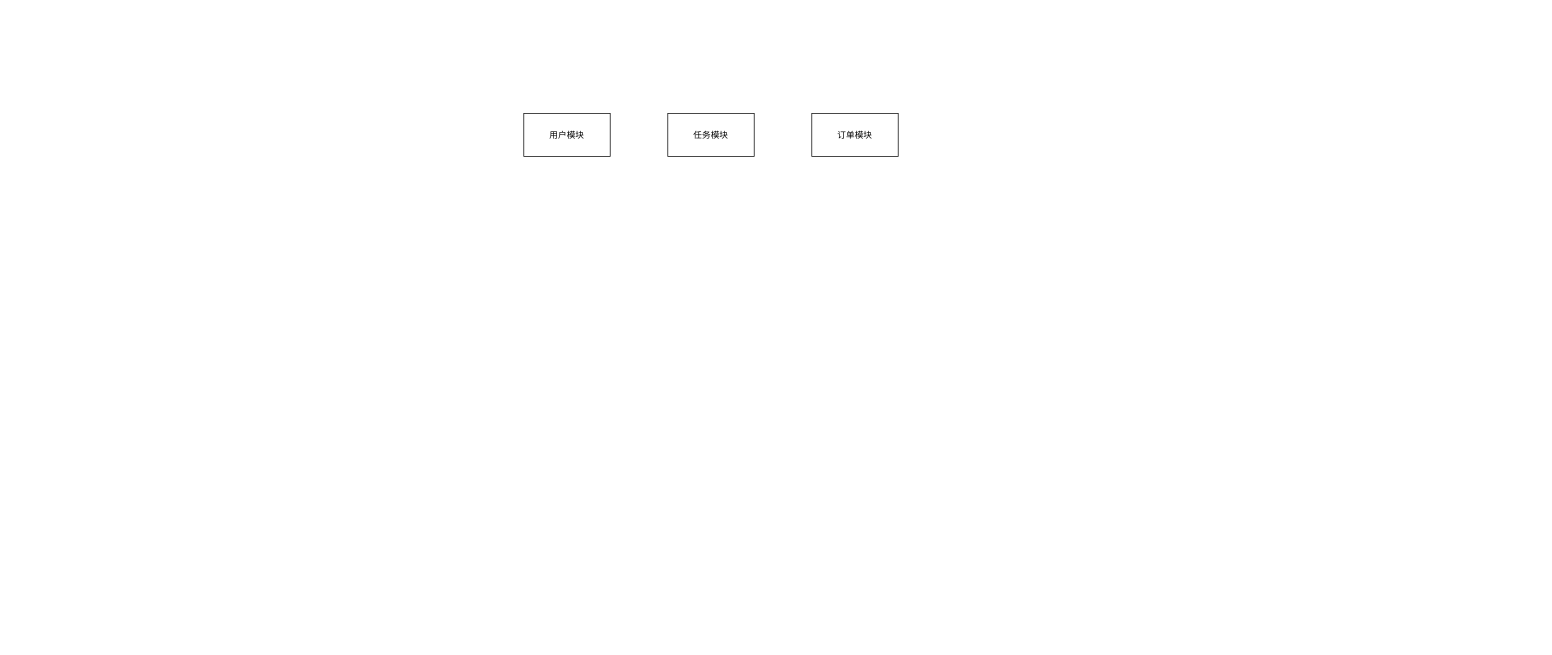
Earlier version of the draw.io diagram 设计师.drawio (zhonggu/drawio). Source tidied: cells renumbered, new cells numbered last; positions are measured from the earlier drawing's top-left corner, leaving out a move shared by most shapes. Both pictures are drawn from the tidied source at 72%, with x=0, y=0 at pixel (523, 113).
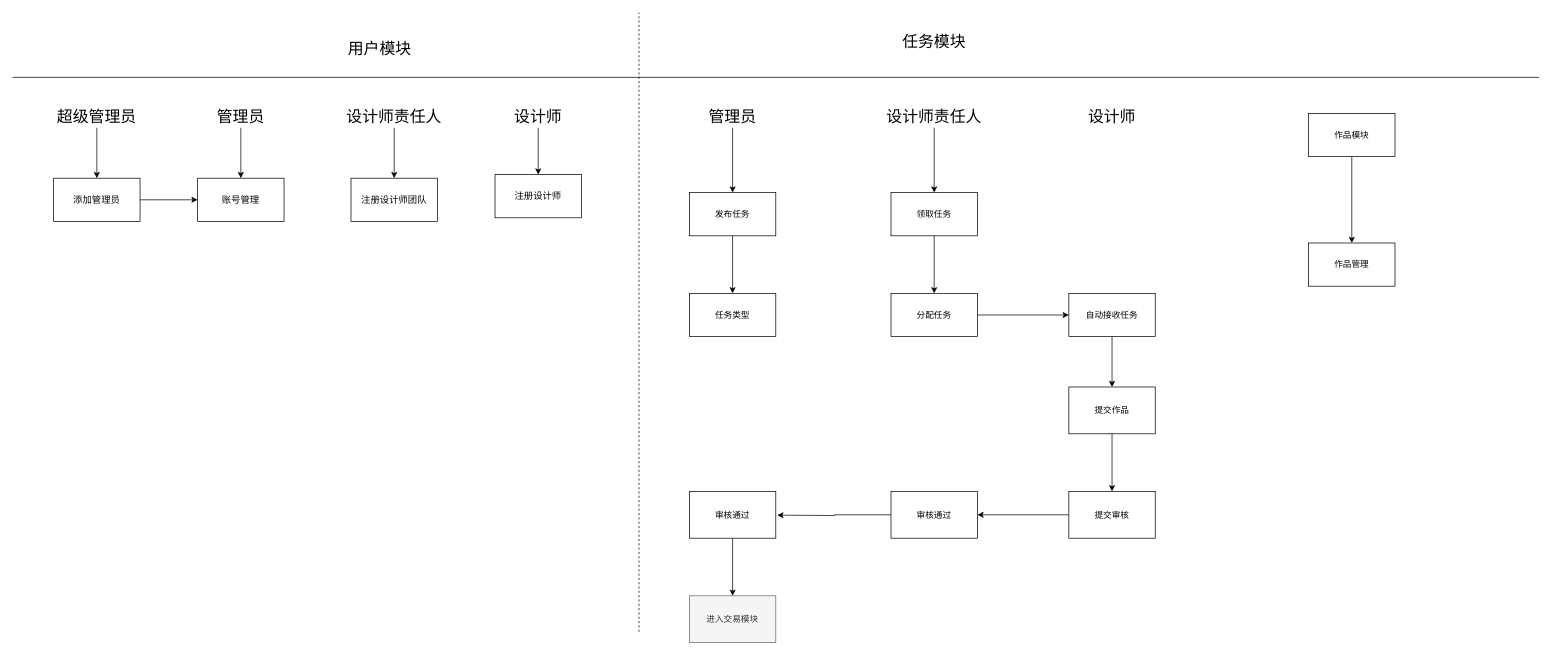
After the change.

Commit message (it also covers changes not shown here):
更新设计师.drawio

Change to the diagram source:
```diff
@@
+    <mxCell id="5" style="edgeStyle=orthogonalEdgeStyle;rounded=0;jettySize=auto;html=1;" parent="1" edge="1" source="4" target="15">
+      <mxGeometry relative="1" as="geometry" />
+    </mxCell>
+    <mxCell id="4" value="作品模块" style="rounded=0;whiteSpace=wrap;html=1;" parent="1" vertex="1">
+      <mxGeometry x="1090" width="120" height="60" as="geometry" />
+    </mxCell>
+    <mxCell id="6" style="edgeStyle=orthogonalEdgeStyle;rounded=0;jettySize=auto;html=1;" parent="1" edge="1" source="7" target="10">
+      <mxGeometry relative="1" as="geometry" />
+    </mxCell>
+    <mxCell id="7" value="发布任务" style="rounded=0;whiteSpace=wrap;html=1;" parent="1" vertex="1">
+      <mxGeometry x="230" y="110" width="120" height="60" as="geometry" />
+    </mxCell>
+    <mxCell id="8" style="edgeStyle=orthogonalEdgeStyle;rounded=0;jettySize=auto;html=1;" parent="1" edge="1" source="9" target="12">
+      <mxGeometry relative="1" as="geometry" />
+    </mxCell>
+    <mxCell id="9" value="领取任务" style="rounded=0;whiteSpace=wrap;html=1;" parent="1" vertex="1">
+      <mxGeometry x="510" y="110" width="120" height="60" as="geometry" />
+    </mxCell>
+    <mxCell id="10" value="任务类型" style="rounded=0;whiteSpace=wrap;html=1;" parent="1" vertex="1">
+      <mxGeometry x="230" y="250" width="120" height="60" as="geometry" />
+    </mxCell>
+    <mxCell id="11" style="edgeStyle=orthogonalEdgeStyle;rounded=0;jettySize=auto;html=1;fontSize=22;" parent="1" edge="1" source="12" target="24">
+      <mxGeometry relative="1" as="geometry" />
+    </mxCell>
+    <mxCell id="12" value="分配任务" style="rounded=0;whiteSpace=wrap;html=1;" parent="1" vertex="1">
+      <mxGeometry x="510" y="250" width="120" height="60" as="geometry" />
+    </mxCell>
+    <mxCell id="13" style="edgeStyle=orthogonalEdgeStyle;rounded=0;jettySize=auto;html=1;fontSize=22;" parent="1" edge="1" source="14" target="26">
+      <mxGeometry relative="1" as="geometry" />
+    </mxCell>
+    <mxCell id="14" value="提交作品" style="rounded=0;whiteSpace=wrap;html=1;" parent="1" vertex="1">
+      <mxGeometry x="757" y="380" width="120" height="65" as="geometry" />
+    </mxCell>
+    <mxCell id="15" value="作品管理" style="rounded=0;whiteSpace=wrap;html=1;" parent="1" vertex="1">
+      <mxGeometry x="1090" y="180" width="120" height="60" as="geometry" />
+    </mxCell>
+    <mxCell id="16" style="endArrow=none;html=1;" parent="1" edge="1">
+      <mxGeometry relative="1" as="geometry">
+        <mxPoint x="-710" y="-50" as="sourcePoint" />
+        <mxPoint x="1410" y="-50" as="targetPoint" />
+      </mxGeometry>
+    </mxCell>
+    <mxCell id="3" value="任务模块" style="text;strokeColor=none;fillColor=none;align=left;verticalAlign=top;spacingLeft=4;spacingRight=4;overflow=hidden;fontSize=22;" parent="1" vertex="1">
+      <mxGeometry x="520" y="-120" width="100" height="40" as="geometry" />
+    </mxCell>
+    <mxCell id="17" style="endArrow=none;dashed=1;html=1;fontSize=22;" parent="1" edge="1">
+      <mxGeometry relative="1" as="geometry">
+        <mxPoint x="160" y="720" as="sourcePoint" />
+        <mxPoint x="160" y="-140" as="targetPoint" />
+      </mxGeometry>
+    </mxCell>
-    <mxCell id="2" value="用户模块" style="rounded=0;whiteSpace=wrap;html=1;" parent="1" vertex="1">
-      <mxGeometry width="120" height="60" as="geometry" />
+    <mxCell id="2" value="用户模块" style="text;strokeColor=none;fillColor=none;align=left;verticalAlign=top;spacingLeft=4;spacingRight=4;overflow=hidden;fontSize=22;" parent="1" vertex="1">
+      <mxGeometry x="-250" y="-110" width="100" height="40" as="geometry" />
     </mxCell>
-    <mxCell id="3" value="任务模块" style="rounded=0;whiteSpace=wrap;html=1;" parent="1" vertex="1">
-      <mxGeometry x="200" width="120" height="60" as="geometry" />
-    </mxCell>
-    <mxCell id="4" value="订单模块" style="rounded=0;whiteSpace=wrap;html=1;" parent="1" vertex="1">
-      <mxGeometry x="400" width="120" height="60" as="geometry" />
-    </mxCell>
+    <mxCell id="18" style="edgeStyle=orthogonalEdgeStyle;rounded=0;jettySize=auto;html=1;entryX=0.5;entryY=0;entryDx=0;entryDy=0;fontSize=22;" parent="1" edge="1" source="19" target="7">
+      <mxGeometry relative="1" as="geometry" />
+    </mxCell>
+    <mxCell id="19" value="管理员" style="text;html=1;strokeColor=none;fillColor=none;align=center;verticalAlign=middle;whiteSpace=wrap;rounded=0;fontSize=22;" parent="1" vertex="1">
+      <mxGeometry x="240" y="-10" width="100" height="30" as="geometry" />
+    </mxCell>
+    <mxCell id="20" style="edgeStyle=orthogonalEdgeStyle;rounded=0;jettySize=auto;html=1;entryX=0.5;entryY=0;entryDx=0;entryDy=0;fontSize=22;" parent="1" edge="1" source="21" target="9">
+      <mxGeometry relative="1" as="geometry" />
+    </mxCell>
+    <mxCell id="21" value="设计师责任人" style="text;html=1;strokeColor=none;fillColor=none;align=center;verticalAlign=middle;whiteSpace=wrap;rounded=0;fontSize=22;" parent="1" vertex="1">
+      <mxGeometry x="500" y="-10" width="140" height="30" as="geometry" />
+    </mxCell>
+    <mxCell id="22" value="设计师" style="text;html=1;strokeColor=none;fillColor=none;align=center;verticalAlign=middle;whiteSpace=wrap;rounded=0;fontSize=22;" parent="1" vertex="1">
+      <mxGeometry x="747" y="-10" width="140" height="30" as="geometry" />
+    </mxCell>
+    <mxCell id="23" style="edgeStyle=orthogonalEdgeStyle;rounded=0;jettySize=auto;html=1;fontSize=22;" parent="1" edge="1" source="24" target="14">
+      <mxGeometry relative="1" as="geometry" />
+    </mxCell>
+    <mxCell id="24" value="自动接收任务" style="rounded=0;whiteSpace=wrap;html=1;" parent="1" vertex="1">
+      <mxGeometry x="757" y="250" width="120" height="60" as="geometry" />
+    </mxCell>
+    <mxCell id="25" style="edgeStyle=orthogonalEdgeStyle;rounded=0;jettySize=auto;html=1;entryX=1;entryY=0.5;entryDx=0;entryDy=0;fontSize=22;" parent="1" edge="1" source="26" target="28">
+      <mxGeometry relative="1" as="geometry" />
+    </mxCell>
+    <mxCell id="26" value="提交审核" style="rounded=0;whiteSpace=wrap;html=1;" parent="1" vertex="1">
+      <mxGeometry x="757" y="525" width="120" height="65" as="geometry" />
+    </mxCell>
+    <mxCell id="27" style="edgeStyle=orthogonalEdgeStyle;rounded=0;jettySize=auto;html=1;fontSize=22;" parent="1" edge="1" source="28">
+      <mxGeometry relative="1" as="geometry">
+        <mxPoint x="352" y="558" as="targetPoint" />
+      </mxGeometry>
+    </mxCell>
+    <mxCell id="28" value="审核通过" style="rounded=0;whiteSpace=wrap;html=1;" parent="1" vertex="1">
+      <mxGeometry x="510" y="525" width="120" height="65" as="geometry" />
+    </mxCell>
+    <mxCell id="29" style="edgeStyle=orthogonalEdgeStyle;rounded=0;jettySize=auto;html=1;fontSize=22;" parent="1" edge="1" source="30" target="31">
+      <mxGeometry relative="1" as="geometry" />
+    </mxCell>
+    <mxCell id="30" value="审核通过" style="rounded=0;whiteSpace=wrap;html=1;" parent="1" vertex="1">
+      <mxGeometry x="230" y="525" width="120" height="65" as="geometry" />
+    </mxCell>
+    <mxCell id="31" value="进入交易模块" style="rounded=0;whiteSpace=wrap;html=1;fillColor=#f5f5f5;strokeColor=#666666;fontColor=#333333;" parent="1" vertex="1">
+      <mxGeometry x="230" y="670" width="120" height="65" as="geometry" />
+    </mxCell>
+    <mxCell id="32" style="edgeStyle=orthogonalEdgeStyle;rounded=0;jettySize=auto;html=1;fontSize=22;" parent="1" edge="1" source="33" target="41">
+      <mxGeometry relative="1" as="geometry" />
+    </mxCell>
+    <mxCell id="33" value="超级管理员" style="text;html=1;strokeColor=none;fillColor=none;align=center;verticalAlign=middle;whiteSpace=wrap;rounded=0;fontSize=22;" parent="1" vertex="1">
+      <mxGeometry x="-663" y="-10" width="140" height="30" as="geometry" />
+    </mxCell>
+    <mxCell id="34" style="edgeStyle=orthogonalEdgeStyle;rounded=0;jettySize=auto;html=1;fontSize=13;" parent="1" edge="1" source="35" target="42">
+      <mxGeometry relative="1" as="geometry" />
+    </mxCell>
+    <mxCell id="35" value="管理员" style="text;html=1;strokeColor=none;fillColor=none;align=center;verticalAlign=middle;whiteSpace=wrap;rounded=0;fontSize=22;" parent="1" vertex="1">
+      <mxGeometry x="-463" y="-10" width="140" height="30" as="geometry" />
+    </mxCell>
+    <mxCell id="36" style="edgeStyle=orthogonalEdgeStyle;rounded=0;jettySize=auto;html=1;fontSize=13;" parent="1" edge="1" source="37" target="43">
+      <mxGeometry relative="1" as="geometry" />
+    </mxCell>
+    <mxCell id="37" value="设计师责任人" style="text;html=1;strokeColor=none;fillColor=none;align=center;verticalAlign=middle;whiteSpace=wrap;rounded=0;fontSize=22;" parent="1" vertex="1">
+      <mxGeometry x="-250" y="-10" width="140" height="30" as="geometry" />
+    </mxCell>
+    <mxCell id="38" style="edgeStyle=orthogonalEdgeStyle;rounded=0;jettySize=auto;html=1;fontSize=13;" parent="1" edge="1" source="39" target="44">
+      <mxGeometry relative="1" as="geometry" />
+    </mxCell>
+    <mxCell id="39" value="设计师" style="text;html=1;strokeColor=none;fillColor=none;align=center;verticalAlign=middle;whiteSpace=wrap;rounded=0;fontSize=22;" parent="1" vertex="1">
+      <mxGeometry x="-50" y="-10" width="140" height="30" as="geometry" />
+    </mxCell>
+    <mxCell id="40" style="edgeStyle=orthogonalEdgeStyle;rounded=0;jettySize=auto;html=1;fontSize=13;" parent="1" edge="1" source="41" target="42">
+      <mxGeometry relative="1" as="geometry" />
+    </mxCell>
+    <mxCell id="41" value="添加管理员" style="rounded=0;whiteSpace=wrap;html=1;fontSize=13;" parent="1" vertex="1">
+      <mxGeometry x="-653" y="90" width="120" height="60" as="geometry" />
+    </mxCell>
+    <mxCell id="42" value="账号管理" style="rounded=0;whiteSpace=wrap;html=1;fontSize=13;" parent="1" vertex="1">
+      <mxGeometry x="-453" y="90" width="120" height="60" as="geometry" />
+    </mxCell>
+    <mxCell id="43" value="注册设计师团队" style="rounded=0;whiteSpace=wrap;html=1;fontSize=13;" parent="1" vertex="1">
+      <mxGeometry x="-240" y="90" width="120" height="60" as="geometry" />
+    </mxCell>
+    <mxCell id="44" value="注册设计师" style="whiteSpace=wrap;html=1;fontSize=13;" parent="1" vertex="1">
+      <mxGeometry x="-40" y="85" width="120" height="60" as="geometry" />
+    </mxCell>
```
